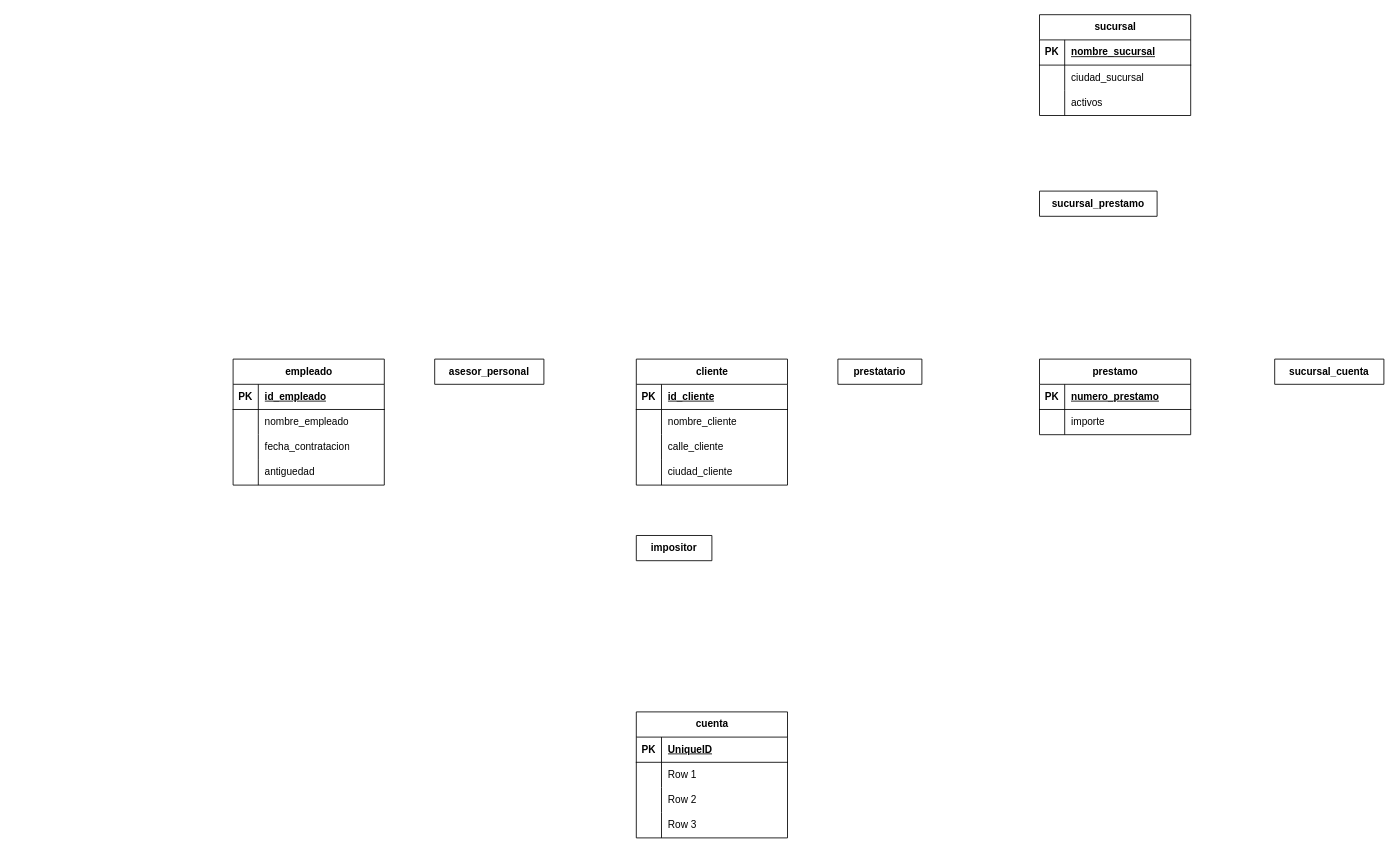
Earlier version of the draw.io diagram Activity-Relational-Diagram.drawio (xmr-p/DatabaseCharts). Source tidied: cells renumbered, new cells numbered last; positions are measured from the earlier drawing's top-left corner, leaving out a move shared by most shapes. Both pictures are drawn from the tidied source at 84%, with x=0, y=0 at pixel (233, 14).
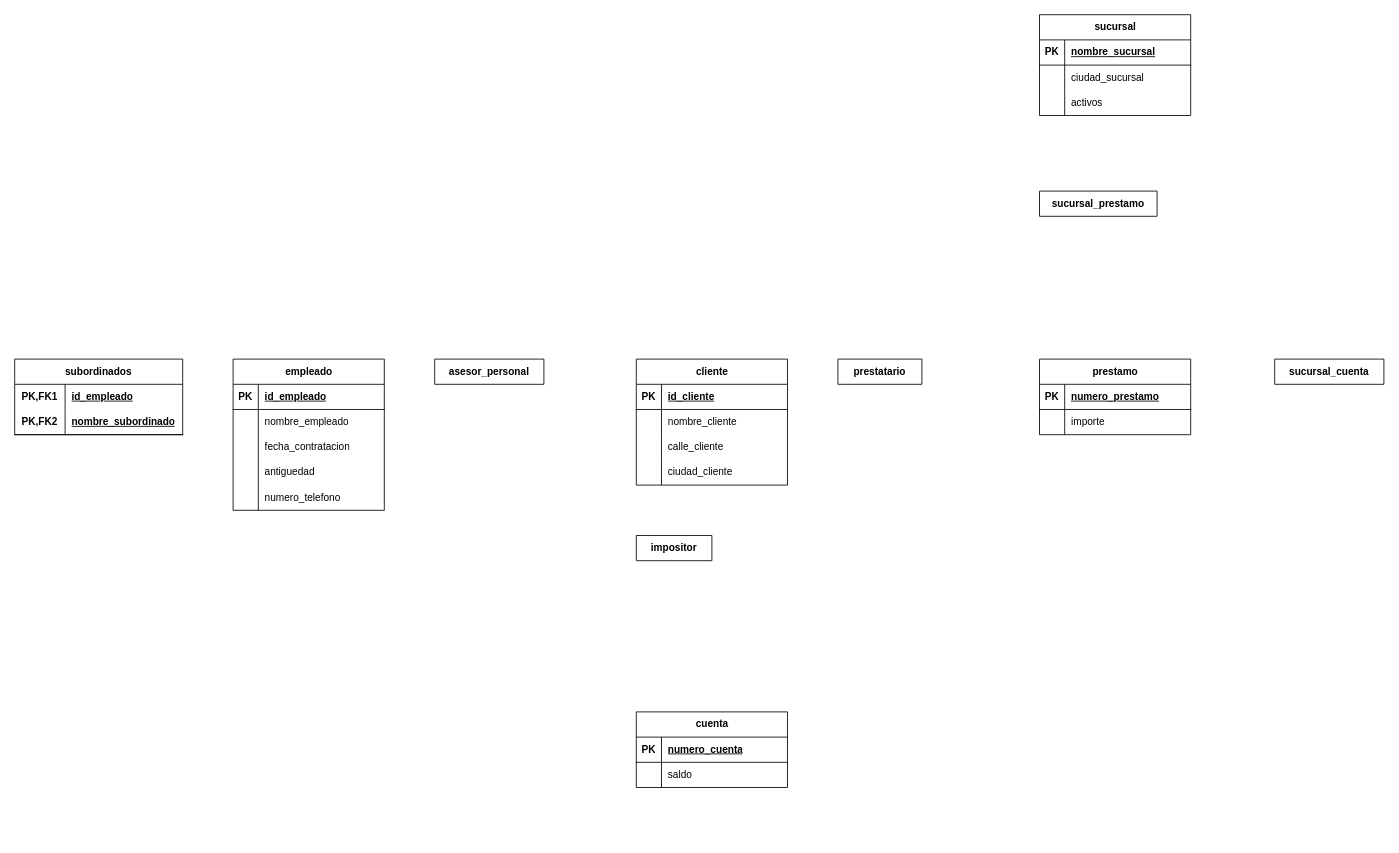
The same page after the edit.

Unchanged cells that the change refers to:
```xml
<mxCell id="39" style="shape=tableRow;horizontal=0;startSize=0;swimlaneHead=0;swimlaneBody=0;fillColor=none;top=0;left=0;right=0;bottom=1;" parent="38" vertex="1">
  <mxGeometry y="30" width="180" height="30" as="geometry" />
</mxCell>
<mxCell id="42" style="shape=tableRow;horizontal=0;startSize=0;swimlaneHead=0;swimlaneBody=0;fillColor=none;top=0;left=0;right=0;bottom=0;" parent="38" vertex="1">
  <mxGeometry y="60" width="180" height="30" as="geometry" />
</mxCell>
```

Change to the diagram source:
```diff
@@
     <mxCell id="24" value="empleado" style="shape=table;startSize=30;childLayout=tableLayout;rowLines=0;fontStyle=1;align=center;html=1;" parent="1" vertex="1">
-      <mxGeometry y="410" width="180" height="150" as="geometry" />
+      <mxGeometry y="410" width="180" height="180" as="geometry" />
     </mxCell>
@@
+    <mxCell id="63" style="shape=tableRow;horizontal=0;startSize=0;swimlaneHead=0;swimlaneBody=0;fillColor=none;top=0;left=0;right=0;bottom=0;" parent="24" vertex="1">
+      <mxGeometry y="150" width="180" height="30" as="geometry" />
+    </mxCell>
+    <mxCell id="64" style="shape=partialRectangle;fillColor=none;top=0;left=0;bottom=0;right=0;overflow=hidden;whiteSpace=wrap;html=1;" parent="63" vertex="1">
+      <mxGeometry width="30" height="30" as="geometry" />
+    </mxCell>
+    <mxCell id="65" value="numero_telefono" style="shape=partialRectangle;fillColor=none;top=0;left=0;bottom=0;right=0;align=left;spacingLeft=6;overflow=hidden;whiteSpace=wrap;html=1;" parent="63" vertex="1">
+      <mxGeometry x="30" width="150" height="30" as="geometry" />
+    </mxCell>
@@
     <mxCell id="38" value="cuenta" style="shape=table;startSize=30;childLayout=tableLayout;rowLines=0;fontStyle=1;align=center;html=1;" parent="1" vertex="1">
-      <mxGeometry x="480" y="830" width="180" height="150" as="geometry" />
+      <mxGeometry x="480" y="830" width="180" height="90" as="geometry" />
     </mxCell>
@@
-    <mxCell id="41" value="UniqueID" style="shape=partialRectangle;fillColor=none;top=0;left=0;bottom=0;right=0;align=left;spacingLeft=6;fontStyle=5;overflow=hidden;whiteSpace=wrap;html=1;" parent="39" vertex="1">
+    <mxCell id="41" value="numero_cuenta" style="shape=partialRectangle;fillColor=none;top=0;left=0;bottom=0;right=0;align=left;spacingLeft=6;fontStyle=5;overflow=hidden;whiteSpace=wrap;html=1;" parent="39" vertex="1">
       <mxGeometry x="30" width="150" height="30" as="geometry" />
     </mxCell>
@@
-    <mxCell id="44" value="Row 1" style="shape=partialRectangle;fillColor=none;top=0;left=0;bottom=0;right=0;align=left;spacingLeft=6;overflow=hidden;whiteSpace=wrap;html=1;" parent="42" vertex="1">
+    <mxCell id="44" value="saldo" style="shape=partialRectangle;fillColor=none;top=0;left=0;bottom=0;right=0;align=left;spacingLeft=6;overflow=hidden;whiteSpace=wrap;html=1;" parent="42" vertex="1">
       <mxGeometry x="30" width="150" height="30" as="geometry" />
     </mxCell>
-    <mxCell id="45" style="shape=tableRow;horizontal=0;startSize=0;swimlaneHead=0;swimlaneBody=0;fillColor=none;top=0;left=0;right=0;bottom=0;" parent="38" vertex="1">
-      <mxGeometry y="90" width="180" height="30" as="geometry" />
-    </mxCell>
-    <mxCell id="46" style="shape=partialRectangle;fillColor=none;top=0;left=0;bottom=0;right=0;overflow=hidden;whiteSpace=wrap;html=1;" parent="45" vertex="1">
-      <mxGeometry width="30" height="30" as="geometry" />
-    </mxCell>
-    <mxCell id="47" value="Row 2" style="shape=partialRectangle;fillColor=none;top=0;left=0;bottom=0;right=0;align=left;spacingLeft=6;overflow=hidden;whiteSpace=wrap;html=1;" parent="45" vertex="1">
-      <mxGeometry x="30" width="150" height="30" as="geometry" />
-    </mxCell>
-    <mxCell id="48" style="shape=tableRow;horizontal=0;startSize=0;swimlaneHead=0;swimlaneBody=0;fillColor=none;top=0;left=0;right=0;bottom=0;" parent="38" vertex="1">
-      <mxGeometry y="120" width="180" height="30" as="geometry" />
-    </mxCell>
-    <mxCell id="49" style="shape=partialRectangle;fillColor=none;top=0;left=0;bottom=0;right=0;overflow=hidden;whiteSpace=wrap;html=1;" parent="48" vertex="1">
-      <mxGeometry width="30" height="30" as="geometry" />
-    </mxCell>
-    <mxCell id="50" value="Row 3" style="shape=partialRectangle;fillColor=none;top=0;left=0;bottom=0;right=0;align=left;spacingLeft=6;overflow=hidden;whiteSpace=wrap;html=1;" parent="48" vertex="1">
-      <mxGeometry x="30" width="150" height="30" as="geometry" />
-    </mxCell>
@@
+    <mxCell id="66" value="subordinados" style="shape=table;startSize=30;childLayout=tableLayout;rowLines=0;fontStyle=1;align=center;html=1;whiteSpace=wrap;" parent="1" vertex="1">
+      <mxGeometry x="-260" y="410" width="200" height="90" as="geometry" />
+    </mxCell>
+    <mxCell id="67" style="shape=tableRow;horizontal=0;startSize=0;swimlaneHead=0;swimlaneBody=0;fillColor=none;top=0;left=0;right=0;bottom=0;html=1;" parent="66" vertex="1">
+      <mxGeometry y="30" width="200" height="30" as="geometry" />
+    </mxCell>
+    <mxCell id="68" value="PK,FK1" style="shape=partialRectangle;fillColor=none;top=0;left=0;bottom=0;right=0;fontStyle=1;overflow=hidden;html=1;whiteSpace=wrap;" parent="67" vertex="1">
+      <mxGeometry width="60" height="30" as="geometry" />
+    </mxCell>
+    <mxCell id="69" value="id_empleado" style="shape=partialRectangle;fillColor=none;top=0;left=0;bottom=0;right=0;align=left;spacingLeft=6;fontStyle=5;overflow=hidden;html=1;whiteSpace=wrap;" parent="67" vertex="1">
+      <mxGeometry x="60" width="140" height="30" as="geometry" />
+    </mxCell>
+    <mxCell id="70" style="shape=tableRow;horizontal=0;startSize=0;swimlaneHead=0;swimlaneBody=0;fillColor=none;top=0;left=0;right=0;bottom=1;html=1;" parent="66" vertex="1">
+      <mxGeometry y="60" width="200" height="30" as="geometry" />
+    </mxCell>
+    <mxCell id="71" value="PK,FK2" style="shape=partialRectangle;fillColor=none;top=0;left=0;bottom=0;right=0;fontStyle=1;overflow=hidden;html=1;whiteSpace=wrap;" parent="70" vertex="1">
+      <mxGeometry width="60" height="30" as="geometry" />
+    </mxCell>
+    <mxCell id="72" value="nombre_subordinado" style="shape=partialRectangle;fillColor=none;top=0;left=0;bottom=0;right=0;align=left;spacingLeft=6;fontStyle=5;overflow=hidden;html=1;whiteSpace=wrap;" parent="70" vertex="1">
+      <mxGeometry x="60" width="140" height="30" as="geometry" />
+    </mxCell>
```
